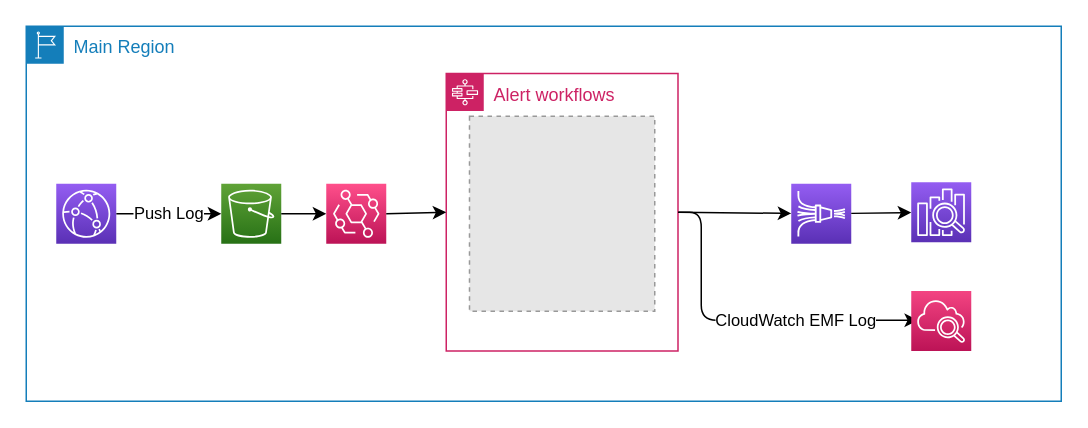
Above: page "日志汇集" (1 of 5) of VisualizeCloudFrontLog/doc/VisualizeCloudFrontLog.drawio in lprincewhn/AutoOps (draw.io), before the change. Source tidied: cells renumbered, new cells numbered last; positions are measured from the earlier drawing's top-left corner, leaving out a move shared by most shapes. Both pictures are drawn from the tidied source at 150%, with x=0, y=0 at pixel (26, 26). Pictures stored in the file or linked from it are replaced by grey dashed boxes.
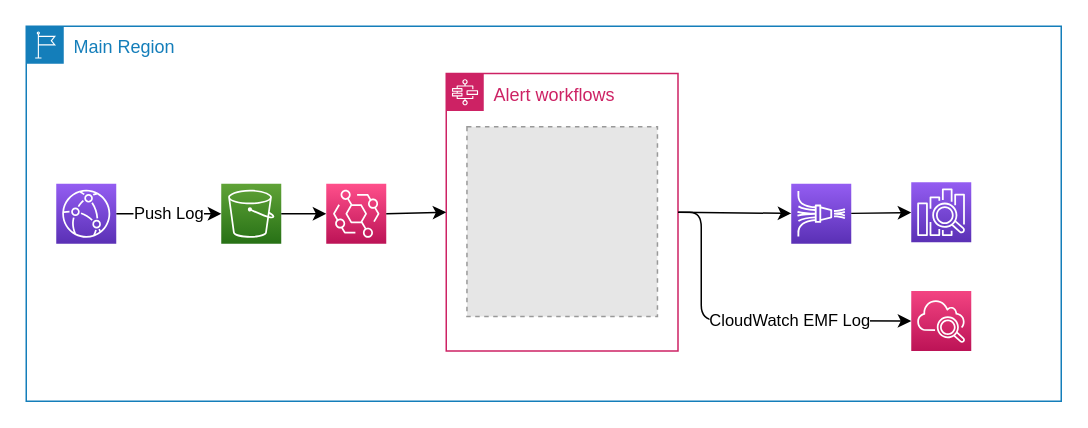
Above is the later version.

The edit, as a diff of the source:
```diff
@@
 <mxGraphModel>
   <root>
     <mxCell id="0" />
     <mxCell id="1" parent="0" />
     <mxCell id="2" value="Main Region" style="gradientColor=none;html=1;whiteSpace=wrap;fontSize=12;fontStyle=0;shape=mxgraph.aws4.group;grIcon=mxgraph.aws4.group_region;strokeColor=#147EBA;fillColor=none;verticalAlign=top;align=left;spacingLeft=30;fontColor=#147EBA;dashed=0;" parent="1" vertex="1">
       <mxGeometry width="690" height="250" as="geometry" />
     </mxCell>
     <mxCell id="3" style="outlineConnect=0;fontColor=#232F3E;gradientColor=#945DF2;gradientDirection=north;fillColor=#5A30B5;strokeColor=#ffffff;dashed=0;verticalLabelPosition=bottom;verticalAlign=top;align=center;html=1;fontSize=12;fontStyle=0;shape=mxgraph.aws4.resourceIcon;resIcon=mxgraph.aws4.elasticsearch_service;" parent="1" vertex="1">
       <mxGeometry x="590" y="104" width="40" height="40" as="geometry" />
     </mxCell>
     <mxCell id="4" style="outlineConnect=0;fontColor=#232F3E;gradientColor=#60A337;gradientDirection=north;fillColor=#277116;strokeColor=#ffffff;dashed=0;verticalLabelPosition=bottom;verticalAlign=top;align=center;html=1;fontSize=12;fontStyle=0;shape=mxgraph.aws4.resourceIcon;resIcon=mxgraph.aws4.s3;" parent="1" vertex="1">
       <mxGeometry x="130" y="105" width="40" height="40" as="geometry" />
     </mxCell>
     <mxCell id="5" value="Push Log" style="endArrow=classic;html=1;exitX=1;exitY=0.5;exitDx=0;exitDy=0;exitPerimeter=0;" parent="1" edge="1" source="13" target="4">
       <mxGeometry relative="1" as="geometry" />
     </mxCell>
     <mxCell id="6" style="endArrow=classic;html=1;entryX=0;entryY=0.5;entryDx=0;entryDy=0;entryPerimeter=0;" parent="1" edge="1" source="4" target="15">
       <mxGeometry relative="1" as="geometry" />
     </mxCell>
     <mxCell id="7" style="outlineConnect=0;fontColor=#232F3E;gradientColor=#945DF2;gradientDirection=north;fillColor=#5A30B5;strokeColor=#ffffff;dashed=0;verticalLabelPosition=bottom;verticalAlign=top;align=center;html=1;fontSize=12;fontStyle=0;shape=mxgraph.aws4.resourceIcon;resIcon=mxgraph.aws4.kinesis_data_firehose;" parent="1" vertex="1">
       <mxGeometry x="510" y="105" width="40" height="40" as="geometry" />
     </mxCell>
     <mxCell id="8" style="endArrow=classic;html=1;exitX=1;exitY=0.5;exitDx=0;exitDy=0;" parent="1" edge="1" source="10" target="7">
       <mxGeometry relative="1" as="geometry" />
     </mxCell>
     <mxCell id="9" style="endArrow=classic;html=1;" parent="1" edge="1" source="7" target="3">
       <mxGeometry relative="1" as="geometry" />
     </mxCell>
     <mxCell id="10" value="Alert workflows" style="points=[[0,0],[0.25,0],[0.5,0],[0.75,0],[1,0],[1,0.25],[1,0.5],[1,0.75],[1,1],[0.75,1],[0.5,1],[0.25,1],[0,1],[0,0.75],[0,0.5],[0,0.25]];outlineConnect=0;gradientColor=none;html=1;whiteSpace=wrap;fontSize=12;fontStyle=0;shape=mxgraph.aws4.group;grIcon=mxgraph.aws4.group_aws_step_functions_workflow;strokeColor=#CD2264;fillColor=none;verticalAlign=top;align=left;spacingLeft=30;fontColor=#CD2264;dashed=0;" parent="1" vertex="1">
       <mxGeometry x="280" y="31.5" width="154.5" height="185" as="geometry" />
     </mxCell>
-    <mxCell id="11" style="fillColor=#E6E6E6;strokeColor=#999999;dashed=1;verticalLabelPosition=bottom;labelBackgroundColor=#ffffff;verticalAlign=top;" parent="1" vertex="1">
-      <mxGeometry x="295.5" y="60" width="123.5" height="130" as="geometry" />
-    </mxCell>
-    <mxCell id="12" value="CloudWatch EMF Log" style="endArrow=classic;html=1;exitX=1;exitY=0.5;exitDx=0;exitDy=0;" parent="1" edge="1" source="10">
+    <mxCell id="12" value="CloudWatch EMF Log" style="endArrow=classic;html=1;exitX=1;exitY=0.5;exitDx=0;exitDy=0;entryX=0;entryY=0.5;entryDx=0;entryDy=0;entryPerimeter=0;" parent="1" edge="1" source="10" target="14">
       <mxGeometry x="0.29" relative="1" as="geometry">
-        <mxPoint x="594.5" y="196" as="targetPoint" />
         <Array as="points">
           <mxPoint x="450" y="124" />
           <mxPoint x="450" y="196" />
         </Array>
       </mxGeometry>
     </mxCell>
     <mxCell id="13" style="sketch=0;points=[[0,0,0],[0.25,0,0],[0.5,0,0],[0.75,0,0],[1,0,0],[0,1,0],[0.25,1,0],[0.5,1,0],[0.75,1,0],[1,1,0],[0,0.25,0],[0,0.5,0],[0,0.75,0],[1,0.25,0],[1,0.5,0],[1,0.75,0]];outlineConnect=0;fontColor=#232F3E;gradientColor=#945DF2;gradientDirection=north;fillColor=#5A30B5;strokeColor=#ffffff;dashed=0;verticalLabelPosition=bottom;verticalAlign=top;align=center;html=1;fontSize=12;fontStyle=0;shape=mxgraph.aws4.resourceIcon;resIcon=mxgraph.aws4.cloudfront;" parent="1" vertex="1">
       <mxGeometry x="20" y="105" width="40" height="40" as="geometry" />
     </mxCell>
     <mxCell id="14" style="sketch=0;points=[[0,0,0],[0.25,0,0],[0.5,0,0],[0.75,0,0],[1,0,0],[0,1,0],[0.25,1,0],[0.5,1,0],[0.75,1,0],[1,1,0],[0,0.25,0],[0,0.5,0],[0,0.75,0],[1,0.25,0],[1,0.5,0],[1,0.75,0]];points=[[0,0,0],[0.25,0,0],[0.5,0,0],[0.75,0,0],[1,0,0],[0,1,0],[0.25,1,0],[0.5,1,0],[0.75,1,0],[1,1,0],[0,0.25,0],[0,0.5,0],[0,0.75,0],[1,0.25,0],[1,0.5,0],[1,0.75,0]];outlineConnect=0;fontColor=#232F3E;gradientColor=#F34482;gradientDirection=north;fillColor=#BC1356;strokeColor=#ffffff;dashed=0;verticalLabelPosition=bottom;verticalAlign=top;align=center;html=1;fontSize=12;fontStyle=0;shape=mxgraph.aws4.resourceIcon;resIcon=mxgraph.aws4.cloudwatch_2;" parent="1" vertex="1">
       <mxGeometry x="590" y="176.5" width="40" height="40" as="geometry" />
     </mxCell>
     <mxCell id="15" style="sketch=0;points=[[0,0,0],[0.25,0,0],[0.5,0,0],[0.75,0,0],[1,0,0],[0,1,0],[0.25,1,0],[0.5,1,0],[0.75,1,0],[1,1,0],[0,0.25,0],[0,0.5,0],[0,0.75,0],[1,0.25,0],[1,0.5,0],[1,0.75,0]];outlineConnect=0;fontColor=#232F3E;gradientColor=#FF4F8B;gradientDirection=north;fillColor=#BC1356;strokeColor=#ffffff;dashed=0;verticalLabelPosition=bottom;verticalAlign=top;align=center;html=1;fontSize=12;fontStyle=0;shape=mxgraph.aws4.resourceIcon;resIcon=mxgraph.aws4.eventbridge;" parent="1" vertex="1">
       <mxGeometry x="200" y="105" width="40" height="40" as="geometry" />
     </mxCell>
     <mxCell id="16" style="endArrow=classic;html=1;entryX=0;entryY=0.5;entryDx=0;entryDy=0;exitX=1;exitY=0.5;exitDx=0;exitDy=0;exitPerimeter=0;" parent="1" edge="1" source="15" target="10">
       <mxGeometry relative="1" as="geometry" />
     </mxCell>
+    <mxCell id="17" style="fillColor=#E6E6E6;strokeColor=#999999;dashed=1;verticalLabelPosition=bottom;labelBackgroundColor=default;verticalAlign=top;" parent="1" vertex="1">
+      <mxGeometry x="293.8" y="67" width="127" height="126.5" as="geometry" />
+    </mxCell>
   </root>
 </mxGraphModel>
```
